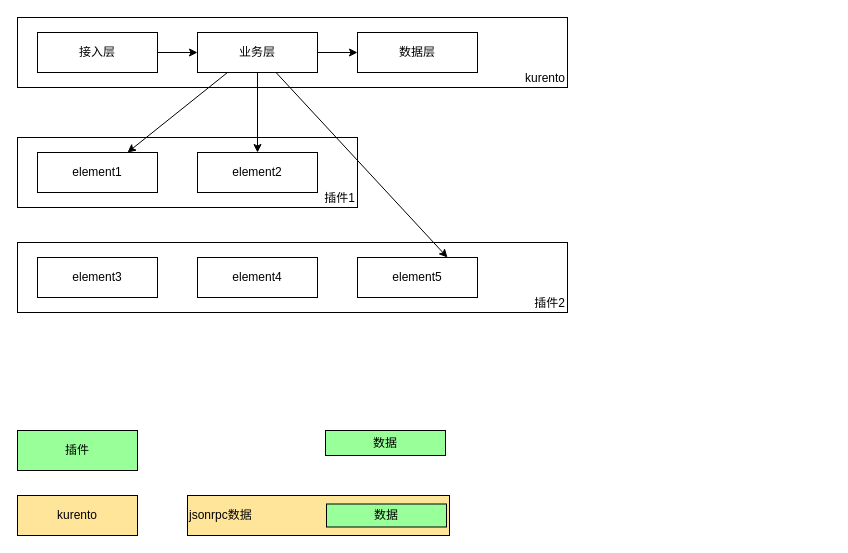
The draw.io diagram page "show something" (3 of 3) of kms源码分析/kms分析文字版本.drawio in 63isOK/conference_graph, before the edit. Source tidied: cells renumbered, new cells numbered last; positions are measured from the earlier drawing's top-left corner, leaving out a move shared by most shapes. Both pictures are drawn from the tidied source at 100%, with x=0, y=0 at pixel (17, 17).
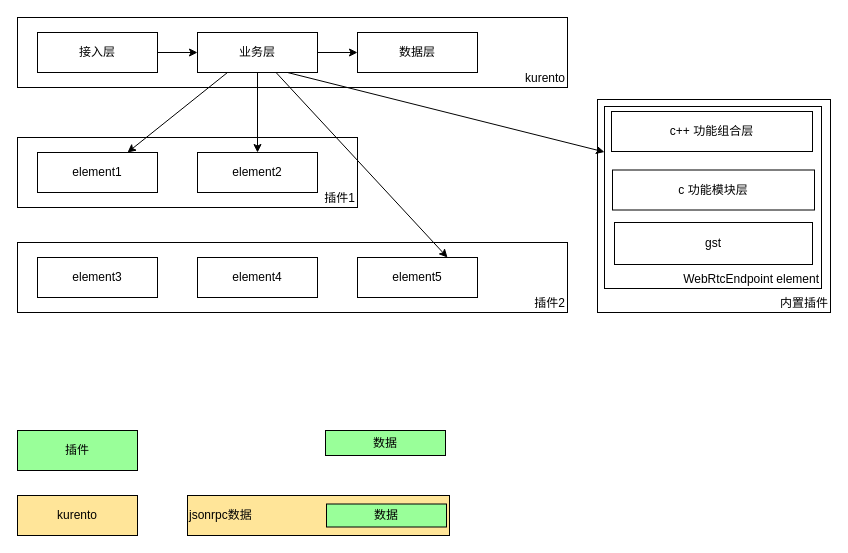
The same page after the edit.

Unchanged cells that the change refers to:
```xml
<mxCell id="12" value="业务层" style="rounded=0;whiteSpace=wrap;html=1;" parent="1" vertex="1">
  <mxGeometry x="180" y="15" width="120" height="40" as="geometry" />
</mxCell>
```

Diff of the diagram source:
```diff
@@
+    <mxCell id="23" value="内置插件" style="rounded=0;whiteSpace=wrap;html=1;align=right;verticalAlign=bottom;" parent="1" vertex="1">
+      <mxGeometry x="580" y="82" width="233" height="213" as="geometry" />
+    </mxCell>
@@
+    <mxCell id="24" style="edgeStyle=none;rounded=0;jettySize=auto;html=1;exitX=0.75;exitY=1;exitDx=0;exitDy=0;entryX=0;entryY=0.25;entryDx=0;entryDy=0;" parent="1" edge="1" source="12" target="25">
+      <mxGeometry relative="1" as="geometry" />
+    </mxCell>
@@
+    <mxCell id="25" value="WebRtcEndpoint element" style="rounded=0;whiteSpace=wrap;html=1;align=right;verticalAlign=bottom;" parent="1" vertex="1">
+      <mxGeometry x="587" y="89" width="217" height="182" as="geometry" />
+    </mxCell>
+    <mxCell id="26" value="c++ 功能组合层" style="rounded=0;whiteSpace=wrap;html=1;" parent="1" vertex="1">
+      <mxGeometry x="594" y="94" width="201" height="40" as="geometry" />
+    </mxCell>
+    <mxCell id="27" value="c 功能模块层" style="rounded=0;whiteSpace=wrap;html=1;" parent="1" vertex="1">
+      <mxGeometry x="595" y="152.5" width="202" height="40" as="geometry" />
+    </mxCell>
+    <mxCell id="28" value="gst" style="rounded=0;whiteSpace=wrap;html=1;" parent="1" vertex="1">
+      <mxGeometry x="597" y="205" width="198" height="42" as="geometry" />
+    </mxCell>
```
